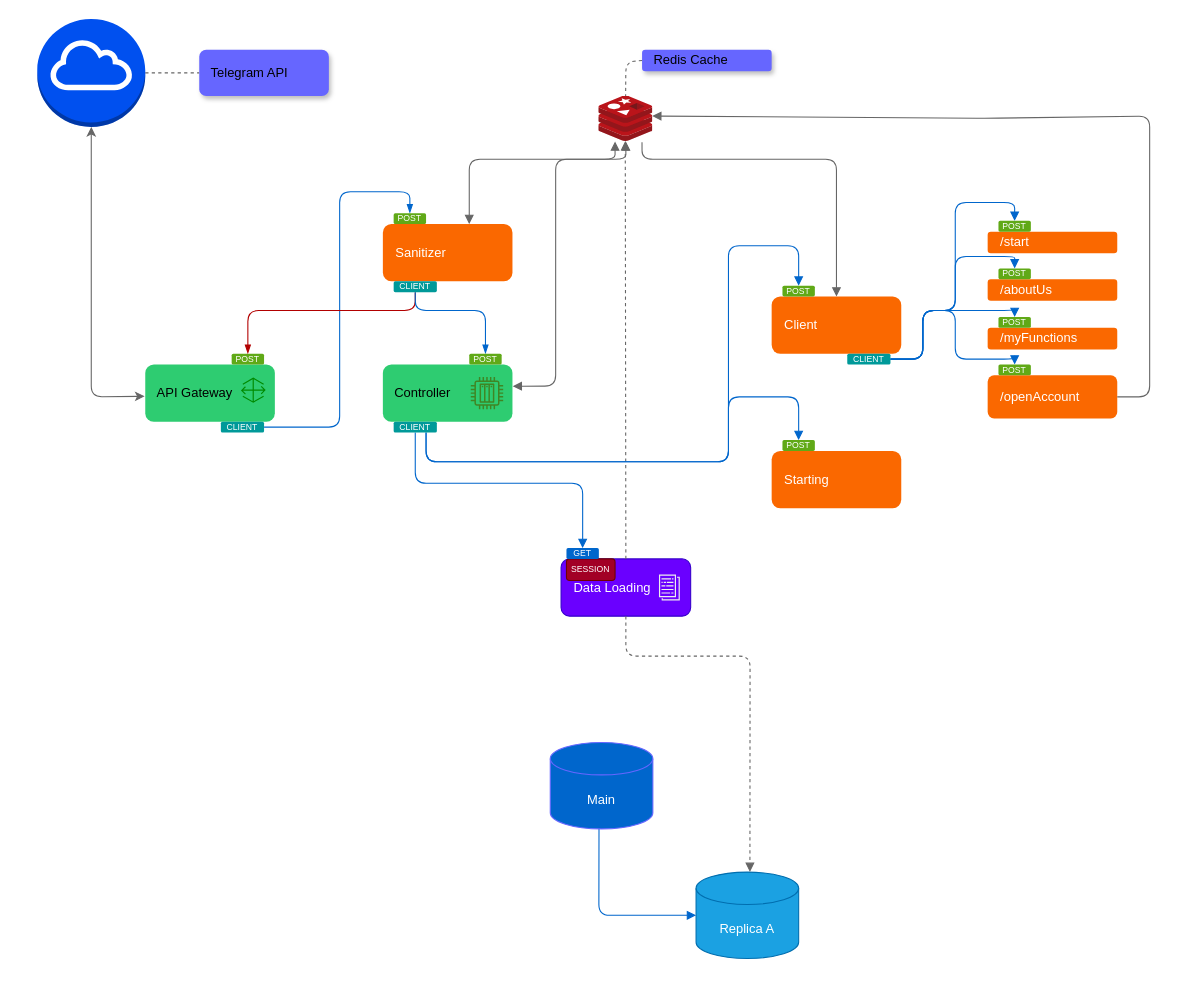
romuro-pauliv/Barium keeps this draw.io diagram as microsservices.drawio. Above is the earlier version. Source tidied: cells renumbered, new cells numbered last; positions are measured from the earlier drawing's top-left corner, leaving out a move shared by most shapes. Both pictures are drawn from the tidied source at 108%, with x=0, y=0 at pixel (37, 18).
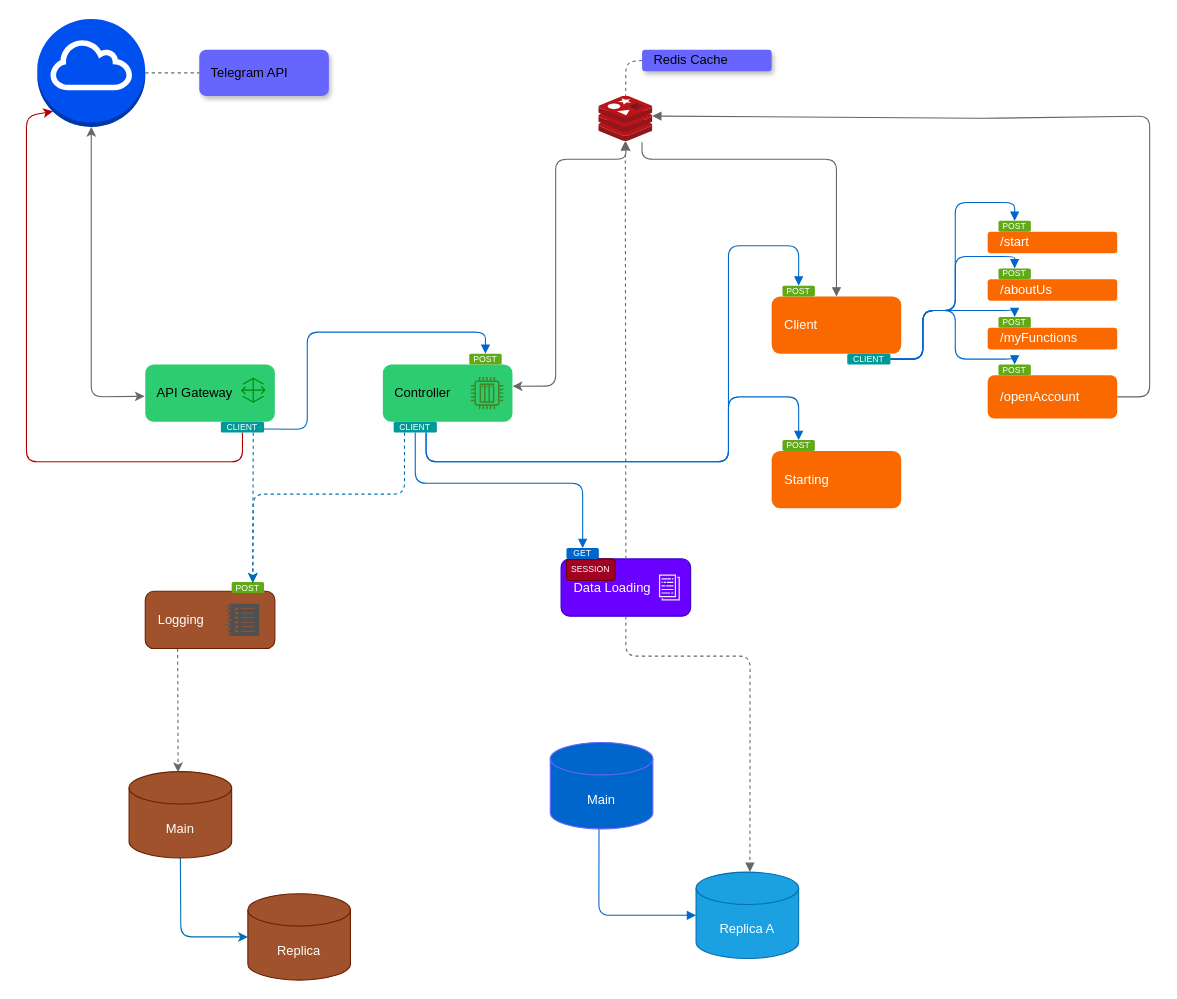
The same diagram, later.

The change refers to these unchanged cells:
```xml
<mxCell id="4" style="outlineConnect=0;dashed=0;verticalLabelPosition=bottom;verticalAlign=top;align=center;html=1;shape=mxgraph.aws3.internet_gateway;fillColor=#0050ef;fontColor=#ffffff;strokeColor=#6666FF;" parent="1" vertex="1">
  <mxGeometry width="100" height="100" as="geometry" />
</mxCell>
<mxCell id="16" value="CLIENT" style="rounded=1;whiteSpace=wrap;html=1;shadow=0;strokeColor=none;fontSize=8;fillColor=#009999;fontColor=#ffffff;" parent="1" vertex="1">
  <mxGeometry x="170" y="373" width="40" height="10" as="geometry" />
</mxCell>
<mxCell id="22" style="rounded=1;whiteSpace=wrap;html=1;strokeColor=none;fillColor=#2ECC71;shadow=0;" parent="21" vertex="1">
  <mxGeometry width="120" height="53" as="geometry" />
</mxCell>
<mxCell id="25" value="POST" style="rounded=1;whiteSpace=wrap;html=1;shadow=0;strokeColor=none;fontSize=8;fillColor=#60a917;fontColor=#ffffff;" parent="1" vertex="1">
  <mxGeometry x="400" y="310" width="30" height="10" as="geometry" />
</mxCell>
<mxCell id="27" style="sketch=0;html=1;points=[];align=center;image;fontSize=12;image=img/lib/mscae/Cache_Redis_Product.svg;rounded=1;shadow=0;strokeColor=#6666FF;fontColor=#FFFFFF;fillColor=#009999;" parent="1" vertex="1">
  <mxGeometry x="520" y="71.5" width="50" height="42" as="geometry" />
</mxCell>
<mxCell id="41" value="CLIENT" style="rounded=1;whiteSpace=wrap;html=1;shadow=0;strokeColor=none;fontSize=8;fillColor=#009999;fontColor=#ffffff;" parent="1" vertex="1">
  <mxGeometry x="330" y="373" width="40" height="10" as="geometry" />
</mxCell>
```

The edit, as a diff of the source:
```diff
@@
-    <mxCell id="13" value="POST" style="rounded=1;whiteSpace=wrap;html=1;shadow=0;strokeColor=none;fontSize=8;fillColor=#60a917;fontColor=#ffffff;" parent="1" vertex="1">
-      <mxGeometry x="180" y="310" width="30" height="10" as="geometry" />
-    </mxCell>
-    <mxCell id="14" value="Sanitizer" style="rounded=1;whiteSpace=wrap;html=1;shadow=0;strokeColor=none;fontSize=12;fillColor=#fa6800;fontColor=#FFFFFF;align=left;spacingLeft=10;" parent="1" vertex="1">
-      <mxGeometry x="320" y="190" width="120" height="53" as="geometry" />
-    </mxCell>
-    <mxCell id="15" style="edgeStyle=none;html=1;exitX=1;exitY=0.5;exitDx=0;exitDy=0;entryX=0.5;entryY=0;entryDx=0;entryDy=0;strokeColor=#0066CC;fontSize=12;fontColor=#FFFFFF;startArrow=none;startFill=0;endArrow=blockThin;endFill=1;" parent="1" edge="1" source="16" target="17">
-      <mxGeometry relative="1" as="geometry">
-        <Array as="points">
-          <mxPoint x="280" y="378" />
-          <mxPoint x="280" y="160" />
-          <mxPoint x="345" y="160" />
-        </Array>
-      </mxGeometry>
-    </mxCell>
+    <mxCell id="66" style="edgeStyle=none;html=1;exitX=0.5;exitY=1;exitDx=0;exitDy=0;entryX=0.145;entryY=0.855;entryDx=0;entryDy=0;entryPerimeter=0;fillColor=#e51400;strokeColor=#B20000;" parent="1" edge="1" source="16" target="4">
+      <mxGeometry relative="1" as="geometry">
+        <Array as="points">
+          <mxPoint x="190" y="410" />
+          <mxPoint x="-10" y="410" />
+          <mxPoint x="-10" y="90" />
+        </Array>
+      </mxGeometry>
+    </mxCell>
+    <mxCell id="67" style="edgeStyle=none;html=1;exitX=0.75;exitY=1;exitDx=0;exitDy=0;entryX=0.651;entryY=0.035;entryDx=0;entryDy=0;entryPerimeter=0;fillColor=#1ba1e2;strokeColor=#006EAF;dashed=1;" parent="1" edge="1" source="16" target="74">
+      <mxGeometry relative="1" as="geometry" />
+    </mxCell>
@@
-    <mxCell id="17" value="POST" style="rounded=1;whiteSpace=wrap;html=1;shadow=0;strokeColor=none;fontSize=8;fillColor=#60a917;fontColor=#ffffff;" parent="1" vertex="1">
-      <mxGeometry x="330" y="180" width="30" height="10" as="geometry" />
-    </mxCell>
-    <mxCell id="18" style="edgeStyle=none;html=1;exitX=0.5;exitY=1;exitDx=0;exitDy=0;entryX=0.5;entryY=0;entryDx=0;entryDy=0;strokeColor=#B20000;fontSize=12;fontColor=#FFFFFF;startArrow=none;startFill=0;endArrow=blockThin;endFill=1;fillColor=#e51400;" parent="1" edge="1" source="20" target="13">
-      <mxGeometry relative="1" as="geometry">
-        <Array as="points">
-          <mxPoint x="350" y="270" />
-          <mxPoint x="195" y="270" />
-        </Array>
-      </mxGeometry>
-    </mxCell>
-    <mxCell id="19" style="edgeStyle=none;html=1;exitX=0.5;exitY=1;exitDx=0;exitDy=0;entryX=0.5;entryY=0;entryDx=0;entryDy=0;strokeColor=#0066CC;fontSize=12;fontColor=#FFFFFF;startArrow=none;startFill=0;endArrow=blockThin;endFill=1;" parent="1" edge="1" source="20" target="25">
-      <mxGeometry relative="1" as="geometry">
-        <Array as="points">
-          <mxPoint x="350" y="270" />
-          <mxPoint x="415" y="270" />
-        </Array>
-      </mxGeometry>
-    </mxCell>
-    <mxCell id="20" value="CLIENT" style="rounded=1;whiteSpace=wrap;html=1;shadow=0;strokeColor=none;fontSize=8;fillColor=#009999;fontColor=#ffffff;" parent="1" vertex="1">
-      <mxGeometry x="330" y="243" width="40" height="10" as="geometry" />
-    </mxCell>
@@
-    <mxCell id="26" style="edgeStyle=none;html=1;strokeColor=#666666;fontSize=12;fontColor=#FFFFFF;startArrow=block;startFill=1;endArrow=block;endFill=1;entryX=1.002;entryY=0.379;entryDx=0;entryDy=0;entryPerimeter=0;" parent="1" edge="1" source="27" target="22">
+    <mxCell id="26" style="edgeStyle=none;html=1;strokeColor=#666666;fontSize=12;fontColor=#FFFFFF;startArrow=classic;startFill=1;endArrow=classic;endFill=1;entryX=1.002;entryY=0.379;entryDx=0;entryDy=0;entryPerimeter=0;" parent="1" edge="1" source="27" target="22">
       <mxGeometry relative="1" as="geometry">
         <Array as="points">
           <mxPoint x="545" y="130" />
           <mxPoint x="480" y="130" />
           <mxPoint x="480" y="340" />
         </Array>
       </mxGeometry>
     </mxCell>
@@
-    <mxCell id="50" style="edgeStyle=none;html=1;entryX=0.75;entryY=0;entryDx=0;entryDy=0;strokeColor=#666666;fontSize=12;fontColor=#FFFFFF;startArrow=block;startFill=1;endArrow=block;endFill=1;" parent="1" edge="1">
-      <mxGeometry relative="1" as="geometry">
-        <mxPoint x="535" y="113.5" as="sourcePoint" />
-        <mxPoint x="400" y="190" as="targetPoint" />
-        <Array as="points">
-          <mxPoint x="535" y="130" />
-          <mxPoint x="400" y="130" />
-        </Array>
-      </mxGeometry>
-    </mxCell>
@@
+    <mxCell id="68" style="edgeStyle=none;html=1;exitX=0.988;exitY=0.668;exitDx=0;exitDy=0;strokeColor=#0066CC;fontSize=12;fontColor=#FFFFFF;startArrow=none;startFill=0;endArrow=block;endFill=1;exitPerimeter=0;entryX=0.5;entryY=0;entryDx=0;entryDy=0;" parent="1" edge="1" source="16" target="25">
+      <mxGeometry relative="1" as="geometry">
+        <Array as="points">
+          <mxPoint x="250" y="380" />
+          <mxPoint x="250" y="290" />
+          <mxPoint x="340" y="290" />
+          <mxPoint x="415" y="290" />
+        </Array>
+      </mxGeometry>
+    </mxCell>
+    <mxCell id="69" style="edgeStyle=none;html=1;exitX=0.5;exitY=1;exitDx=0;exitDy=0;exitPerimeter=0;entryX=0;entryY=0.5;entryDx=0;entryDy=0;entryPerimeter=0;strokeColor=#006EAF;startArrow=none;startFill=0;endArrow=classic;endFill=1;fillColor=#1ba1e2;" parent="1" edge="1" source="70" target="75">
+      <mxGeometry relative="1" as="geometry">
+        <Array as="points">
+          <mxPoint x="133" y="850" />
+        </Array>
+      </mxGeometry>
+    </mxCell>
+    <mxCell id="70" value="Main" style="shape=cylinder3;whiteSpace=wrap;html=1;boundedLbl=1;backgroundOutline=1;size=15;rounded=1;shadow=0;strokeColor=#6D1F00;fontSize=12;fontColor=#ffffff;fillColor=#a0522d;" parent="1" vertex="1">
+      <mxGeometry x="85" y="697" width="95" height="80" as="geometry" />
+    </mxCell>
+    <mxCell id="71" style="edgeStyle=none;html=1;exitX=0.25;exitY=1;exitDx=0;exitDy=0;entryX=0.478;entryY=0.005;entryDx=0;entryDy=0;entryPerimeter=0;startArrow=none;startFill=0;endArrow=classic;endFill=1;dashed=1;strokeColor=#666666;" parent="1" edge="1" source="72" target="70">
+      <mxGeometry relative="1" as="geometry" />
+    </mxCell>
+    <mxCell id="72" value="Logging" style="rounded=1;whiteSpace=wrap;html=1;shadow=0;strokeColor=#6D1F00;fontSize=12;fillColor=#a0522d;fontColor=#ffffff;align=left;spacingLeft=10;" parent="1" vertex="1">
+      <mxGeometry x="100" y="530" width="120" height="53" as="geometry" />
+    </mxCell>
+    <mxCell id="73" style="sketch=0;shadow=0;dashed=0;html=1;strokeColor=none;labelPosition=center;verticalLabelPosition=bottom;verticalAlign=top;align=center;fillColor=#505050;shape=mxgraph.mscae.oms.log_management;" parent="1" vertex="1">
+      <mxGeometry x="174.5" y="541.5" width="31" height="30" as="geometry" />
+    </mxCell>
+    <mxCell id="74" value="POST" style="rounded=1;whiteSpace=wrap;html=1;shadow=0;strokeColor=none;fontSize=8;fillColor=#60a917;fontColor=#ffffff;" parent="1" vertex="1">
+      <mxGeometry x="180" y="521.5" width="30" height="10" as="geometry" />
+    </mxCell>
+    <mxCell id="75" value="Replica" style="shape=cylinder3;whiteSpace=wrap;html=1;boundedLbl=1;backgroundOutline=1;size=15;rounded=1;shadow=0;strokeColor=#6D1F00;fontSize=12;fontColor=#ffffff;fillColor=#a0522d;" parent="1" vertex="1">
+      <mxGeometry x="195" y="810" width="95" height="80" as="geometry" />
+    </mxCell>
+    <mxCell id="76" style="edgeStyle=none;html=1;exitX=0.25;exitY=1;exitDx=0;exitDy=0;entryX=0.653;entryY=0.073;entryDx=0;entryDy=0;fillColor=#1ba1e2;strokeColor=#006EAF;dashed=1;entryPerimeter=0;" parent="1" edge="1" source="41" target="74">
+      <mxGeometry relative="1" as="geometry">
+        <Array as="points">
+          <mxPoint x="340" y="440" />
+          <mxPoint x="200" y="440" />
+        </Array>
+      </mxGeometry>
+    </mxCell>
```
